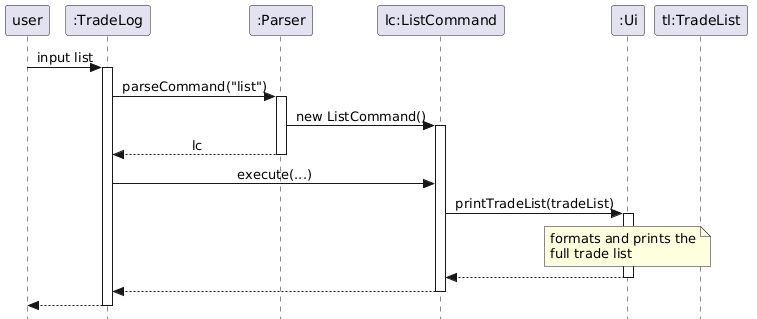
Before: docs/diagrams/list-command-sequence.png, a diagram exported from PlantUML (AY2526S2-CS2113-T11-2/tp). The source it was exported from:
```plantuml
@startuml
hide footbox
skinparam Style strictuml
skinparam SequenceMessageAlign center

participant "user" as User
participant ":TradeLog" as TradeLog
participant ":Parser" as Parser
participant "lc:ListCommand" as ListCommand
participant ":Ui" as Ui
participant "tl:TradeList" as TradeList

User -> TradeLog : input list
activate TradeLog

TradeLog -> Parser : parseCommand("list")
activate Parser
Parser -> ListCommand : new ListCommand()
activate ListCommand
Parser --> TradeLog : lc
deactivate Parser

TradeLog -> ListCommand : execute(...)
ListCommand -> Ui : printTradeList(tradeList)
activate Ui
note over Ui
    formats and prints the
    full trade list
end note
Ui --> ListCommand
deactivate Ui
ListCommand --> TradeLog
deactivate ListCommand
TradeLog --> User
deactivate TradeLog
@enduml
```
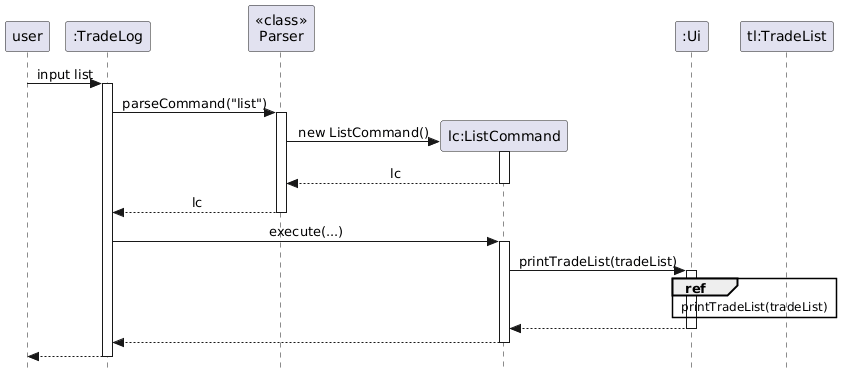
After the commit.

Change to the diagram source:
```diff
@@ -5,7 +5,7 @@
 
 participant "user" as User
 participant ":TradeLog" as TradeLog
-participant ":Parser" as Parser
+participant "<<class>>\nParser" as Parser
 participant "lc:ListCommand" as ListCommand
 participant ":Ui" as Ui
 participant "tl:TradeList" as TradeList
@@ -15,18 +15,19 @@
 
 TradeLog -> Parser : parseCommand("list")
 activate Parser
+create ListCommand
 Parser -> ListCommand : new ListCommand()
 activate ListCommand
+ListCommand --> Parser : lc
+deactivate ListCommand
 Parser --> TradeLog : lc
 deactivate Parser
 
 TradeLog -> ListCommand : execute(...)
+activate ListCommand
 ListCommand -> Ui : printTradeList(tradeList)
 activate Ui
-note over Ui
-    formats and prints the
-    full trade list
-end note
+ref over Ui, TradeList : printTradeList(tradeList)
 Ui --> ListCommand
 deactivate Ui
 ListCommand --> TradeLog
```
